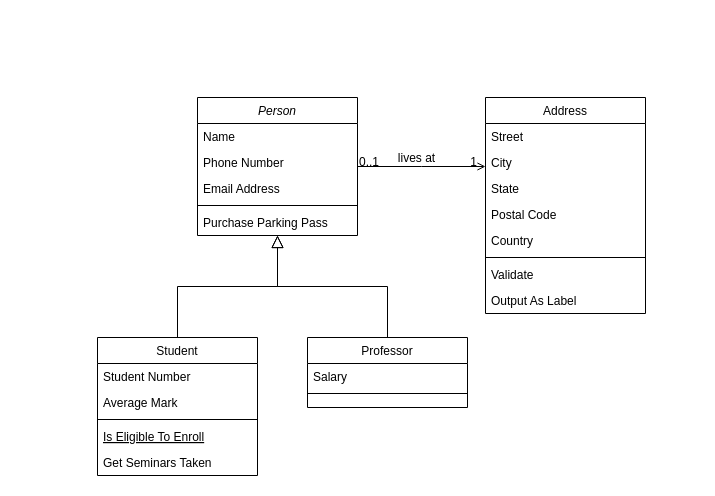
Paul-FranckDencausse/VUF keeps this draw.io diagram as Diagramme sans nom.drawio. Above is the earlier version. Source tidied: cells renumbered, new cells numbered last; positions are measured from the earlier drawing's top-left corner, leaving out a move shared by most shapes. Both pictures are drawn from the tidied source at 100%, with x=0, y=0 at pixel (97, 97).
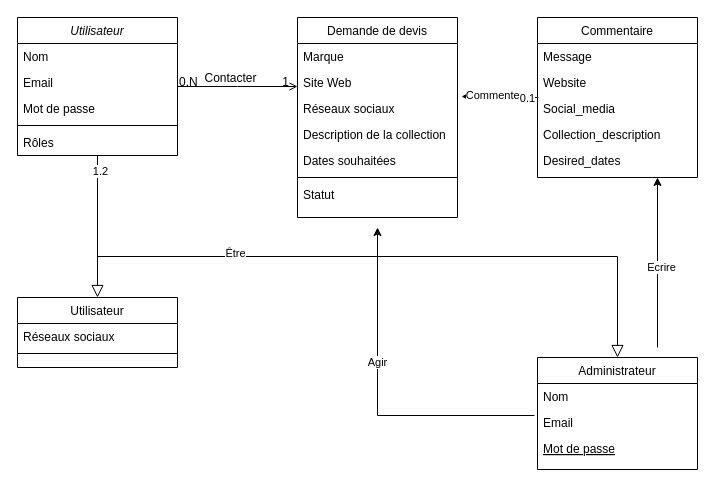
After the change.

Commit message:
Mettre à jour Diagramme sans nom.drawio

Unchanged cells that the change refers to:
```xml
<mxCell id="28" style="endArrow=open;shadow=0;strokeWidth=1;rounded=0;curved=0;endFill=1;edgeStyle=elbowEdgeStyle;elbow=vertical;" parent="1" edge="1" source="2" target="19">
  <mxGeometry x="0.5" y="41" relative="1" as="geometry">
    <mxPoint x="-40" y="32" as="offset" />
  </mxGeometry>
</mxCell>
```

Diff of the diagram source:
```diff
@@
-    <mxCell id="2" value="Person" style="swimlane;fontStyle=2;align=center;verticalAlign=top;horizontal=1;startSize=26;rounded=0;shadow=0;strokeWidth=1;" parent="1" vertex="1">
-      <mxGeometry x="100" width="160" height="138" as="geometry" />
+    <mxCell id="2" value="Utilisateur" style="swimlane;fontStyle=2;align=center;verticalAlign=top;horizontal=1;startSize=26;rounded=0;shadow=0;strokeWidth=1;" parent="1" vertex="1">
+      <mxGeometry x="-80" y="-80" width="160" height="138" as="geometry" />
     </mxCell>
-    <mxCell id="3" value="Name" style="text;align=left;verticalAlign=top;spacingLeft=4;spacingRight=4;overflow=hidden;" parent="2" vertex="1">
+    <mxCell id="3" value="Nom" style="text;align=left;verticalAlign=top;spacingLeft=4;spacingRight=4;overflow=hidden;" parent="2" vertex="1">
       <mxGeometry y="26" width="160" height="26" as="geometry" />
     </mxCell>
-    <mxCell id="4" value="Phone Number" style="text;align=left;verticalAlign=top;spacingLeft=4;spacingRight=4;overflow=hidden;rounded=0;shadow=0;html=0;" parent="2" vertex="1">
+    <mxCell id="4" value="Email" style="text;align=left;verticalAlign=top;spacingLeft=4;spacingRight=4;overflow=hidden;rounded=0;shadow=0;html=0;" parent="2" vertex="1">
       <mxGeometry y="52" width="160" height="26" as="geometry" />
     </mxCell>
-    <mxCell id="5" value="Email Address" style="text;align=left;verticalAlign=top;spacingLeft=4;spacingRight=4;overflow=hidden;rounded=0;shadow=0;html=0;" parent="2" vertex="1">
+    <mxCell id="5" value="Mot de passe" style="text;align=left;verticalAlign=top;spacingLeft=4;spacingRight=4;overflow=hidden;rounded=0;shadow=0;html=0;" parent="2" vertex="1">
       <mxGeometry y="78" width="160" height="26" as="geometry" />
     </mxCell>
@@
-    <mxCell id="7" value="Purchase Parking Pass" style="text;align=left;verticalAlign=top;spacingLeft=4;spacingRight=4;overflow=hidden;" parent="2" vertex="1">
+    <mxCell id="7" value="Rôles" style="text;align=left;verticalAlign=top;spacingLeft=4;spacingRight=4;overflow=hidden;" parent="2" vertex="1">
       <mxGeometry y="112" width="160" height="26" as="geometry" />
     </mxCell>
-    <mxCell id="8" value="Student" style="swimlane;fontStyle=0;align=center;verticalAlign=top;horizontal=1;startSize=26;rounded=0;shadow=0;strokeWidth=1;" parent="1" vertex="1">
-      <mxGeometry y="240" width="160" height="138" as="geometry" />
+    <mxCell id="8" value="Administrateur" style="swimlane;fontStyle=0;align=center;verticalAlign=top;horizontal=1;startSize=26;rounded=0;shadow=0;strokeWidth=1;" parent="1" vertex="1">
+      <mxGeometry x="440" y="260" width="160" height="112" as="geometry" />
     </mxCell>
-    <mxCell id="9" value="Student Number" style="text;align=left;verticalAlign=top;spacingLeft=4;spacingRight=4;overflow=hidden;" parent="8" vertex="1">
+    <mxCell id="9" value="Nom    " style="text;align=left;verticalAlign=top;spacingLeft=4;spacingRight=4;overflow=hidden;" parent="8" vertex="1">
       <mxGeometry y="26" width="160" height="26" as="geometry" />
     </mxCell>
-    <mxCell id="10" value="Average Mark" style="text;align=left;verticalAlign=top;spacingLeft=4;spacingRight=4;overflow=hidden;points=[[0,0.5],[1,0.5]];portConstraint=eastwest;rounded=0;shadow=0;html=0;" parent="8" vertex="1">
+    <mxCell id="10" value="Email" style="text;align=left;verticalAlign=top;spacingLeft=4;spacingRight=4;overflow=hidden;points=[[0,0.5],[1,0.5]];portConstraint=eastwest;rounded=0;shadow=0;html=0;" parent="8" vertex="1">
       <mxGeometry y="52" width="160" height="26" as="geometry" />
     </mxCell>
-    <mxCell id="11" style="line;html=1;strokeWidth=1;align=left;verticalAlign=middle;spacingTop=-1;spacingLeft=3;spacingRight=3;labelPosition=right;" parent="8" vertex="1">
-      <mxGeometry y="78" width="160" height="8" as="geometry" />
-    </mxCell>
-    <mxCell id="12" value="Is Eligible To Enroll" style="text;align=left;verticalAlign=top;spacingLeft=4;spacingRight=4;overflow=hidden;fontStyle=4;" parent="8" vertex="1">
-      <mxGeometry y="86" width="160" height="26" as="geometry" />
+    <mxCell id="12" value="Mot de passe" style="text;align=left;verticalAlign=top;spacingLeft=4;spacingRight=4;overflow=hidden;fontStyle=4;" parent="8" vertex="1">
+      <mxGeometry y="78" width="160" height="26" as="geometry" />
     </mxCell>
-    <mxCell id="13" value="Get Seminars Taken" style="text;align=left;verticalAlign=top;spacingLeft=4;spacingRight=4;overflow=hidden;" parent="8" vertex="1">
-      <mxGeometry y="112" width="160" height="26" as="geometry" />
-    </mxCell>
-    <mxCell id="14" style="endArrow=block;endSize=10;endFill=0;shadow=0;strokeWidth=1;rounded=0;curved=0;edgeStyle=elbowEdgeStyle;elbow=vertical;" parent="1" edge="1" source="8" target="2">
+    <mxCell id="14" style="endArrow=block;endSize=10;endFill=0;shadow=0;strokeWidth=1;rounded=0;curved=0;edgeStyle=elbowEdgeStyle;elbow=vertical;" parent="1" edge="1" source="2" target="8">
       <mxGeometry relative="1" as="geometry" />
     </mxCell>
+    <mxCell id="32" value="Être" style="edgeLabel;html=1;align=center;verticalAlign=middle;" parent="14" vertex="1">
+      <mxGeometry x="-0.34" y="4" relative="1" as="geometry" />
+    </mxCell>
-    <mxCell id="15" value="Professor" style="swimlane;fontStyle=0;align=center;verticalAlign=top;horizontal=1;startSize=26;rounded=0;shadow=0;strokeWidth=1;" parent="1" vertex="1">
-      <mxGeometry x="210" y="240" width="160" height="70" as="geometry" />
+    <mxCell id="15" value="Utilisateur" style="swimlane;fontStyle=0;align=center;verticalAlign=top;horizontal=1;startSize=26;rounded=0;shadow=0;strokeWidth=1;" parent="1" vertex="1">
+      <mxGeometry x="-80" y="200" width="160" height="70" as="geometry" />
     </mxCell>
-    <mxCell id="16" value="Salary" style="text;align=left;verticalAlign=top;spacingLeft=4;spacingRight=4;overflow=hidden;" parent="15" vertex="1">
+    <mxCell id="16" value="Réseaux sociaux" style="text;align=left;verticalAlign=top;spacingLeft=4;spacingRight=4;overflow=hidden;" parent="15" vertex="1">
       <mxGeometry y="26" width="160" height="26" as="geometry" />
     </mxCell>
@@
-    <mxCell id="18" style="endArrow=block;endSize=10;endFill=0;shadow=0;strokeWidth=1;rounded=0;curved=0;edgeStyle=elbowEdgeStyle;elbow=vertical;" parent="1" edge="1" source="15" target="2">
+    <mxCell id="18" style="endArrow=block;endSize=10;endFill=0;shadow=0;strokeWidth=1;rounded=0;curved=0;edgeStyle=elbowEdgeStyle;elbow=vertical;" parent="1" edge="1" source="2" target="15">
       <mxGeometry relative="1" as="geometry" />
     </mxCell>
+    <mxCell id="33" value="1.2" style="edgeLabel;html=1;align=center;verticalAlign=middle;" parent="18" vertex="1">
+      <mxGeometry x="-0.79" y="2" relative="1" as="geometry" />
+    </mxCell>
-    <mxCell id="19" value="Address" style="swimlane;fontStyle=0;align=center;verticalAlign=top;horizontal=1;startSize=26;rounded=0;shadow=0;strokeWidth=1;" parent="1" vertex="1">
-      <mxGeometry x="388" width="160" height="216" as="geometry" />
+    <mxCell id="19" value="Demande de devis" style="swimlane;fontStyle=0;align=center;verticalAlign=top;horizontal=1;startSize=26;rounded=0;shadow=0;strokeWidth=1;" parent="1" vertex="1">
+      <mxGeometry x="200" y="-80" width="160" height="200" as="geometry" />
     </mxCell>
-    <mxCell id="20" value="Street" style="text;align=left;verticalAlign=top;spacingLeft=4;spacingRight=4;overflow=hidden;" parent="19" vertex="1">
+    <mxCell id="20" value="Marque" style="text;align=left;verticalAlign=top;spacingLeft=4;spacingRight=4;overflow=hidden;" parent="19" vertex="1">
       <mxGeometry y="26" width="160" height="26" as="geometry" />
     </mxCell>
-    <mxCell id="21" value="City" style="text;align=left;verticalAlign=top;spacingLeft=4;spacingRight=4;overflow=hidden;points=[[0,0.5],[1,0.5]];portConstraint=eastwest;rounded=0;shadow=0;html=0;" parent="19" vertex="1">
+    <mxCell id="21" value="Site Web" style="text;align=left;verticalAlign=top;spacingLeft=4;spacingRight=4;overflow=hidden;points=[[0,0.5],[1,0.5]];portConstraint=eastwest;rounded=0;shadow=0;html=0;" parent="19" vertex="1">
       <mxGeometry y="52" width="160" height="26" as="geometry" />
     </mxCell>
-    <mxCell id="22" value="State" style="text;align=left;verticalAlign=top;spacingLeft=4;spacingRight=4;overflow=hidden;rounded=0;shadow=0;html=0;" parent="19" vertex="1">
+    <mxCell id="22" value="Réseaux sociaux" style="text;align=left;verticalAlign=top;spacingLeft=4;spacingRight=4;overflow=hidden;rounded=0;shadow=0;html=0;" parent="19" vertex="1">
       <mxGeometry y="78" width="160" height="26" as="geometry" />
     </mxCell>
-    <mxCell id="23" value="Postal Code" style="text;align=left;verticalAlign=top;spacingLeft=4;spacingRight=4;overflow=hidden;rounded=0;shadow=0;html=0;" parent="19" vertex="1">
+    <mxCell id="23" value="Description de la collection" style="text;align=left;verticalAlign=top;spacingLeft=4;spacingRight=4;overflow=hidden;rounded=0;shadow=0;html=0;" parent="19" vertex="1">
       <mxGeometry y="104" width="160" height="26" as="geometry" />
     </mxCell>
-    <mxCell id="24" value="Country" style="text;align=left;verticalAlign=top;spacingLeft=4;spacingRight=4;overflow=hidden;rounded=0;shadow=0;html=0;" parent="19" vertex="1">
+    <mxCell id="24" value="Dates souhaitées" style="text;align=left;verticalAlign=top;spacingLeft=4;spacingRight=4;overflow=hidden;rounded=0;shadow=0;html=0;" parent="19" vertex="1">
       <mxGeometry y="130" width="160" height="26" as="geometry" />
     </mxCell>
@@
-    <mxCell id="26" value="Validate" style="text;align=left;verticalAlign=top;spacingLeft=4;spacingRight=4;overflow=hidden;" parent="19" vertex="1">
+    <mxCell id="26" value="Statut" style="text;align=left;verticalAlign=top;spacingLeft=4;spacingRight=4;overflow=hidden;" parent="19" vertex="1">
       <mxGeometry y="164" width="160" height="26" as="geometry" />
     </mxCell>
-    <mxCell id="27" value="Output As Label" style="text;align=left;verticalAlign=top;spacingLeft=4;spacingRight=4;overflow=hidden;" parent="19" vertex="1">
-      <mxGeometry y="190" width="160" height="26" as="geometry" />
-    </mxCell>
@@
-    <mxCell id="29" value="0..1" style="align=left;verticalAlign=bottom;labelBackgroundColor=none;fontSize=12;" parent="28" vertex="1">
+    <mxCell id="29" value="0.N" style="align=left;verticalAlign=bottom;labelBackgroundColor=none;fontSize=12;" parent="28" vertex="1">
       <mxGeometry x="-1" relative="1" as="geometry">
         <mxPoint y="4" as="offset" />
       </mxGeometry>
     </mxCell>
@@
-    <mxCell id="31" value="lives at" style="text;html=1;align=center;verticalAlign=middle;labelBackgroundColor=none;rounded=0;shadow=0;strokeWidth=1;fontSize=12;" parent="28" vertex="1">
+    <mxCell id="31" value="Contacter" style="text;html=1;align=center;verticalAlign=middle;labelBackgroundColor=none;rounded=0;shadow=0;strokeWidth=1;fontSize=12;" parent="28" vertex="1">
       <mxGeometry x="0.5" y="49" relative="1" as="geometry">
         <mxPoint x="-38" y="40" as="offset" />
       </mxGeometry>
     </mxCell>
+    <mxCell id="34" value="Commentaire" style="swimlane;fontStyle=0;align=center;verticalAlign=top;horizontal=1;startSize=26;rounded=0;shadow=0;strokeWidth=1;" parent="1" vertex="1">
+      <mxGeometry x="440" y="-80" width="160" height="160" as="geometry" />
+    </mxCell>
+    <mxCell id="35" value="Message    " style="text;align=left;verticalAlign=top;spacingLeft=4;spacingRight=4;overflow=hidden;" parent="34" vertex="1">
+      <mxGeometry y="26" width="160" height="26" as="geometry" />
+    </mxCell>
+    <mxCell id="36" value="Website" style="text;align=left;verticalAlign=top;spacingLeft=4;spacingRight=4;overflow=hidden;rounded=0;shadow=0;html=0;" parent="34" vertex="1">
+      <mxGeometry y="52" width="160" height="26" as="geometry" />
+    </mxCell>
+    <mxCell id="37" value="Social_media" style="text;align=left;verticalAlign=top;spacingLeft=4;spacingRight=4;overflow=hidden;rounded=0;shadow=0;html=0;" parent="34" vertex="1">
+      <mxGeometry y="78" width="160" height="26" as="geometry" />
+    </mxCell>
+    <mxCell id="38" value="Collection_description" style="text;align=left;verticalAlign=top;spacingLeft=4;spacingRight=4;overflow=hidden;rounded=0;shadow=0;html=0;" parent="34" vertex="1">
+      <mxGeometry y="104" width="160" height="26" as="geometry" />
+    </mxCell>
+    <mxCell id="39" value="Desired_dates" style="text;align=left;verticalAlign=top;spacingLeft=4;spacingRight=4;overflow=hidden;rounded=0;shadow=0;html=0;" parent="34" vertex="1">
+      <mxGeometry y="130" width="160" height="26" as="geometry" />
+    </mxCell>
+    <mxCell id="40" style="endArrow=classic;html=1;rounded=0;entryX=1.025;entryY=1.038;entryDx=0;entryDy=0;entryPerimeter=0;" parent="1" edge="1" target="21">
+      <mxGeometry relative="1" as="geometry">
+        <mxPoint x="441" as="sourcePoint" />
+      </mxGeometry>
+    </mxCell>
+    <mxCell id="41" value="Commenter" style="edgeLabel;html=1;align=center;verticalAlign=middle;" parent="40" vertex="1">
+      <mxGeometry x="0.17" y="-2" relative="1" as="geometry" />
+    </mxCell>
+    <mxCell id="42" value="0.1" style="edgeLabel;html=1;align=center;verticalAlign=middle;" parent="40" vertex="1">
+      <mxGeometry x="-0.71" y="1" relative="1" as="geometry" />
+    </mxCell>
+    <mxCell id="43" style="endArrow=classic;html=1;rounded=0;exitX=-0.019;exitY=0.231;exitDx=0;exitDy=0;exitPerimeter=0;" parent="1" edge="1" source="10">
+      <mxGeometry relative="1" as="geometry">
+        <mxPoint x="280" y="130" as="targetPoint" />
+        <Array as="points">
+          <mxPoint x="280" y="318" />
+        </Array>
+      </mxGeometry>
+    </mxCell>
+    <mxCell id="44" value="Agir" style="edgeLabel;html=1;align=center;verticalAlign=middle;" parent="43" vertex="1">
+      <mxGeometry x="0.22" y="1" relative="1" as="geometry" />
+    </mxCell>
+    <mxCell id="45" style="endArrow=classic;html=1;rounded=0;entryX=0.75;entryY=1;entryDx=0;entryDy=0;exitX=0.75;exitY=-0.089;exitDx=0;exitDy=0;exitPerimeter=0;" parent="1" edge="1" source="8" target="34">
+      <mxGeometry relative="1" as="geometry" />
+    </mxCell>
+    <mxCell id="46" value="Ecrire" style="edgeLabel;html=1;align=center;verticalAlign=middle;" parent="45" vertex="1">
+      <mxGeometry x="-0.05" y="-3" relative="1" as="geometry" />
+    </mxCell>
```
